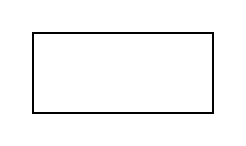
Before: computer network/未命名绘图.drawio in twodollarstwenty/drawio, a draw.io diagram. Source tidied: cells renumbered, new cells numbered last; positions are measured from the earlier drawing's top-left corner, leaving out a move shared by most shapes. Both pictures are drawn from the tidied source at 200%, with x=0, y=0 at pixel (32, 32).
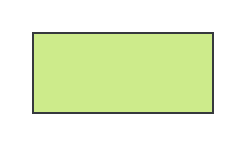
Above is the later version.

Commit message (it also covers changes not shown here):
更新未命名绘图.drawio

The edit, as a diff of the source:
```diff
@@
 <mxGraphModel>
   <root>
     <mxCell id="0" />
     <mxCell id="1" parent="0" />
-    <mxCell id="2" style="rounded=0;whiteSpace=wrap;html=1;fontSize=16;" parent="1" vertex="1">
+    <mxCell id="2" style="rounded=0;whiteSpace=wrap;html=1;fontSize=16;fillColor=#cdeb8b;strokeColor=#36393d;" parent="1" vertex="1">
       <mxGeometry width="90" height="40" as="geometry" />
     </mxCell>
   </root>
 </mxGraphModel>
```
